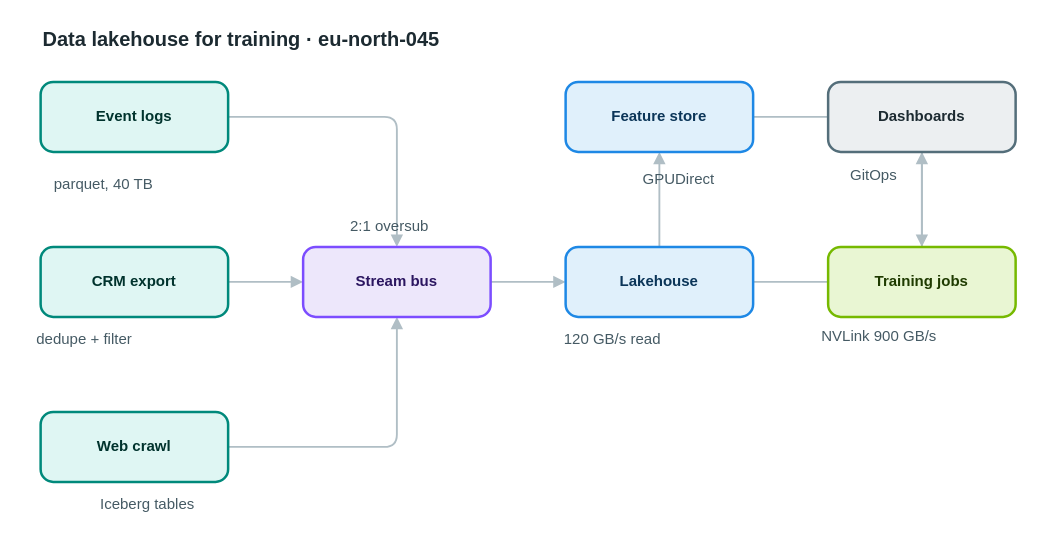
This is apps/web/public/samples/library/045-data-lakehouse-for-training.drawio from AryanG01/open-apprentice, a draw.io file, before an edit. Source tidied: cells renumbered, new cells numbered last; positions are measured from the earlier drawing's top-left corner, leaving out a move shared by most shapes. Both pictures are drawn from the tidied source at 125%, with x=0, y=0 at pixel (36, 21).
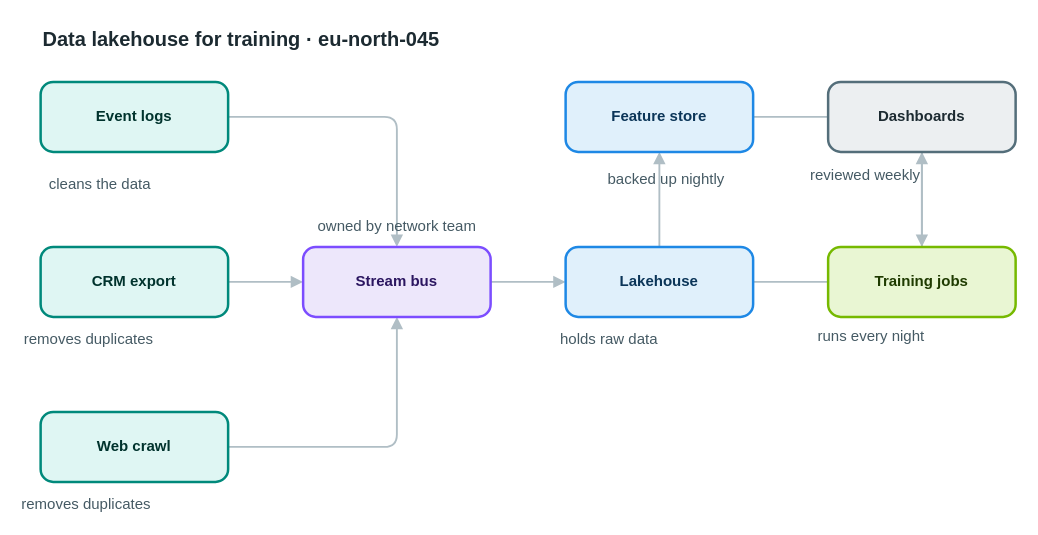
Above is the later version.

What changed in the source:
```diff
@@
-    <mxCell id="18" value="parquet, 40 TB" style="text;html=1;align=left;verticalAlign=top;whiteSpace=nowrap;spacing=0;spacingTop=0;strokeColor=none;fillColor=none;fontSize=12;fontColor=#455a64;" parent="1" vertex="1">
-      <mxGeometry x="14" y="118" width="110" height="20" as="geometry" />
+    <mxCell id="18" value="cleans the data" style="text;html=1;align=left;verticalAlign=top;whiteSpace=nowrap;spacing=0;spacingTop=0;strokeColor=none;fillColor=none;fontSize=12;fontColor=#455a64;" parent="1" vertex="1">
+      <mxGeometry x="10" y="118" width="117" height="20" as="geometry" />
     </mxCell>
-    <mxCell id="19" value="dedupe + filter" style="text;html=1;align=left;verticalAlign=top;whiteSpace=nowrap;spacing=0;spacingTop=0;strokeColor=none;fillColor=none;fontSize=12;fontColor=#455a64;" parent="1" vertex="1">
-      <mxGeometry y="242" width="117" height="20" as="geometry" />
+    <mxCell id="19" value="removes duplicates" style="text;html=1;align=left;verticalAlign=top;whiteSpace=nowrap;spacing=0;spacingTop=0;strokeColor=none;fillColor=none;fontSize=12;fontColor=#455a64;" parent="1" vertex="1">
+      <mxGeometry x="-10" y="242" width="138" height="20" as="geometry" />
     </mxCell>
-    <mxCell id="20" value="Iceberg tables" style="text;html=1;align=left;verticalAlign=top;whiteSpace=nowrap;spacing=0;spacingTop=0;strokeColor=none;fillColor=none;fontSize=12;fontColor=#455a64;" parent="1" vertex="1">
-      <mxGeometry x="51" y="374" width="110" height="20" as="geometry" />
+    <mxCell id="20" value="removes duplicates" style="text;html=1;align=left;verticalAlign=top;whiteSpace=nowrap;spacing=0;spacingTop=0;strokeColor=none;fillColor=none;fontSize=12;fontColor=#455a64;" parent="1" vertex="1">
+      <mxGeometry x="-12" y="374" width="138" height="20" as="geometry" />
     </mxCell>
-    <mxCell id="21" value="2:1 oversub" style="text;html=1;align=left;verticalAlign=top;whiteSpace=nowrap;spacing=0;spacingTop=0;strokeColor=none;fillColor=none;fontSize=12;fontColor=#455a64;" parent="1" vertex="1">
-      <mxGeometry x="251" y="152" width="89" height="20" as="geometry" />
+    <mxCell id="21" value="owned by network team" style="text;html=1;align=left;verticalAlign=top;whiteSpace=nowrap;spacing=0;spacingTop=0;strokeColor=none;fillColor=none;fontSize=12;fontColor=#455a64;" parent="1" vertex="1">
+      <mxGeometry x="225" y="152" width="159" height="20" as="geometry" />
     </mxCell>
-    <mxCell id="22" value="120 GB/s read" style="text;html=1;align=left;verticalAlign=top;whiteSpace=nowrap;spacing=0;spacingTop=0;strokeColor=none;fillColor=none;fontSize=12;fontColor=#455a64;" parent="1" vertex="1">
-      <mxGeometry x="422" y="242" width="103" height="20" as="geometry" />
+    <mxCell id="22" value="holds raw data" style="text;html=1;align=left;verticalAlign=top;whiteSpace=nowrap;spacing=0;spacingTop=0;strokeColor=none;fillColor=none;fontSize=12;fontColor=#455a64;" parent="1" vertex="1">
+      <mxGeometry x="419" y="242" width="110" height="20" as="geometry" />
     </mxCell>
-    <mxCell id="23" value="GPUDirect" style="text;html=1;align=left;verticalAlign=top;whiteSpace=nowrap;spacing=0;spacingTop=0;strokeColor=none;fillColor=none;fontSize=12;fontColor=#455a64;" parent="1" vertex="1">
-      <mxGeometry x="485" y="114" width="75" height="20" as="geometry" />
+    <mxCell id="23" value="backed up nightly" style="text;html=1;align=left;verticalAlign=top;whiteSpace=nowrap;spacing=0;spacingTop=0;strokeColor=none;fillColor=none;fontSize=12;fontColor=#455a64;" parent="1" vertex="1">
+      <mxGeometry x="457" y="114" width="131" height="20" as="geometry" />
     </mxCell>
-    <mxCell id="24" value="NVLink 900 GB/s" style="text;html=1;align=left;verticalAlign=top;whiteSpace=nowrap;spacing=0;spacingTop=0;strokeColor=none;fillColor=none;fontSize=12;fontColor=#455a64;" parent="1" vertex="1">
-      <mxGeometry x="628" y="240" width="117" height="20" as="geometry" />
+    <mxCell id="24" value="runs every night" style="text;html=1;align=left;verticalAlign=top;whiteSpace=nowrap;spacing=0;spacingTop=0;strokeColor=none;fillColor=none;fontSize=12;fontColor=#455a64;" parent="1" vertex="1">
+      <mxGeometry x="625" y="240" width="124" height="20" as="geometry" />
     </mxCell>
-    <mxCell id="25" value="GitOps" style="text;html=1;align=left;verticalAlign=top;whiteSpace=nowrap;spacing=0;spacingTop=0;strokeColor=none;fillColor=none;fontSize=12;fontColor=#455a64;" parent="1" vertex="1">
-      <mxGeometry x="651" y="111" width="54" height="20" as="geometry" />
+    <mxCell id="25" value="reviewed weekly" style="text;html=1;align=left;verticalAlign=top;whiteSpace=nowrap;spacing=0;spacingTop=0;strokeColor=none;fillColor=none;fontSize=12;fontColor=#455a64;" parent="1" vertex="1">
+      <mxGeometry x="619" y="111" width="117" height="20" as="geometry" />
     </mxCell>
```
